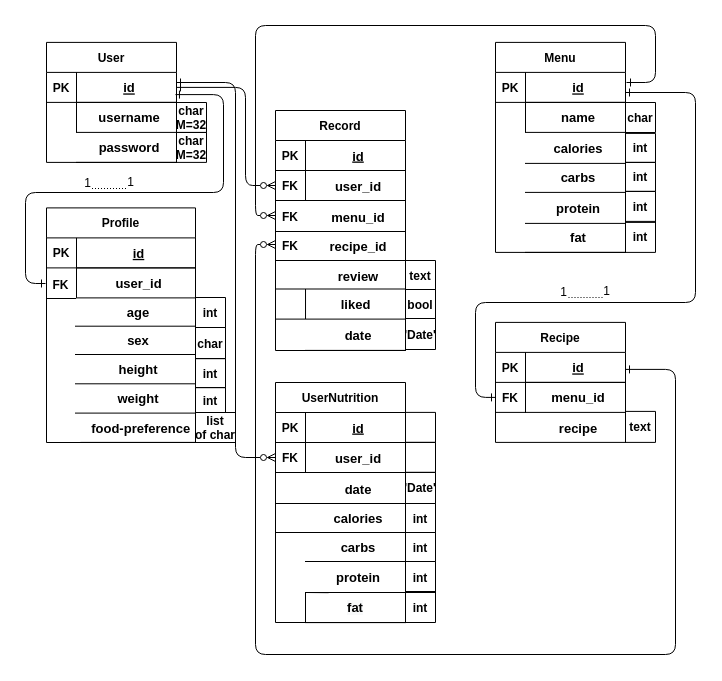
swsnu/swpp2021-team5 keeps this draw.io diagram as diagrams/Backend ER Diagram.drawio. Above is the earlier version. Source tidied: cells renumbered, new cells numbered last; positions are measured from the earlier drawing's top-left corner, leaving out a move shared by most shapes. Both pictures are drawn from the tidied source at 100%, with x=0, y=0 at pixel (25, 25).
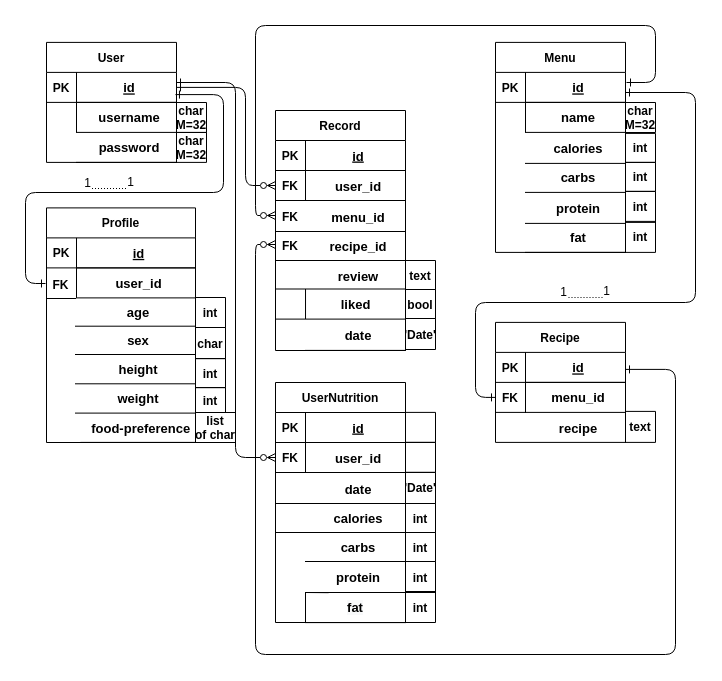
After the change.

Change to the diagram source:
```diff
@@
-    <mxCell id="122" value="char" style="shape=partialRectangle;overflow=hidden;fillColor=none;top=1;left=0;bottom=1;right=1;fontStyle=1;strokeColor=default;fontColor=default;" parent="1" vertex="1">
+    <mxCell id="122" value="char&#10;M=32" style="shape=partialRectangle;overflow=hidden;fillColor=none;top=1;left=0;bottom=1;right=1;fontStyle=1;strokeColor=default;fontColor=default;" parent="1" vertex="1">
       <mxGeometry x="600" y="77" width="30" height="30" as="geometry" />
     </mxCell>
```
